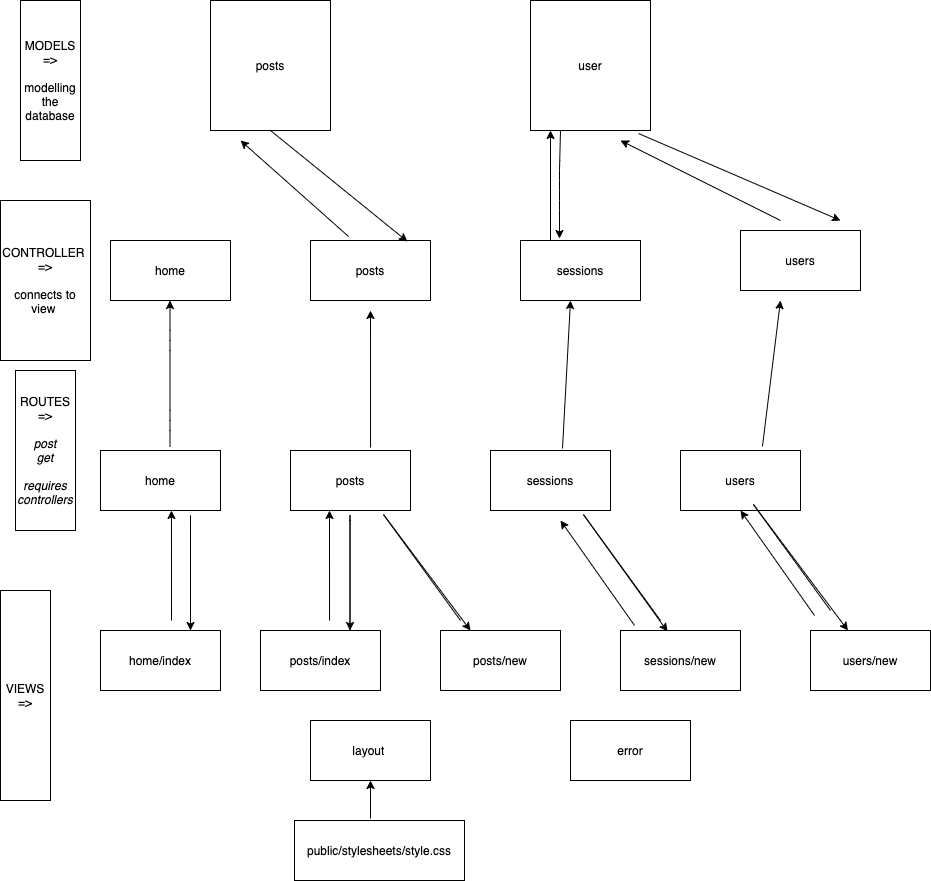
The draw.io diagram sign_up_diagram.drawio.png in makersacademy/acebook-node-template, before a commit. Source tidied: cells renumbered, new cells last; positions are measured from the earlier drawing's top-left corner, leaving out a move shared by most shapes.
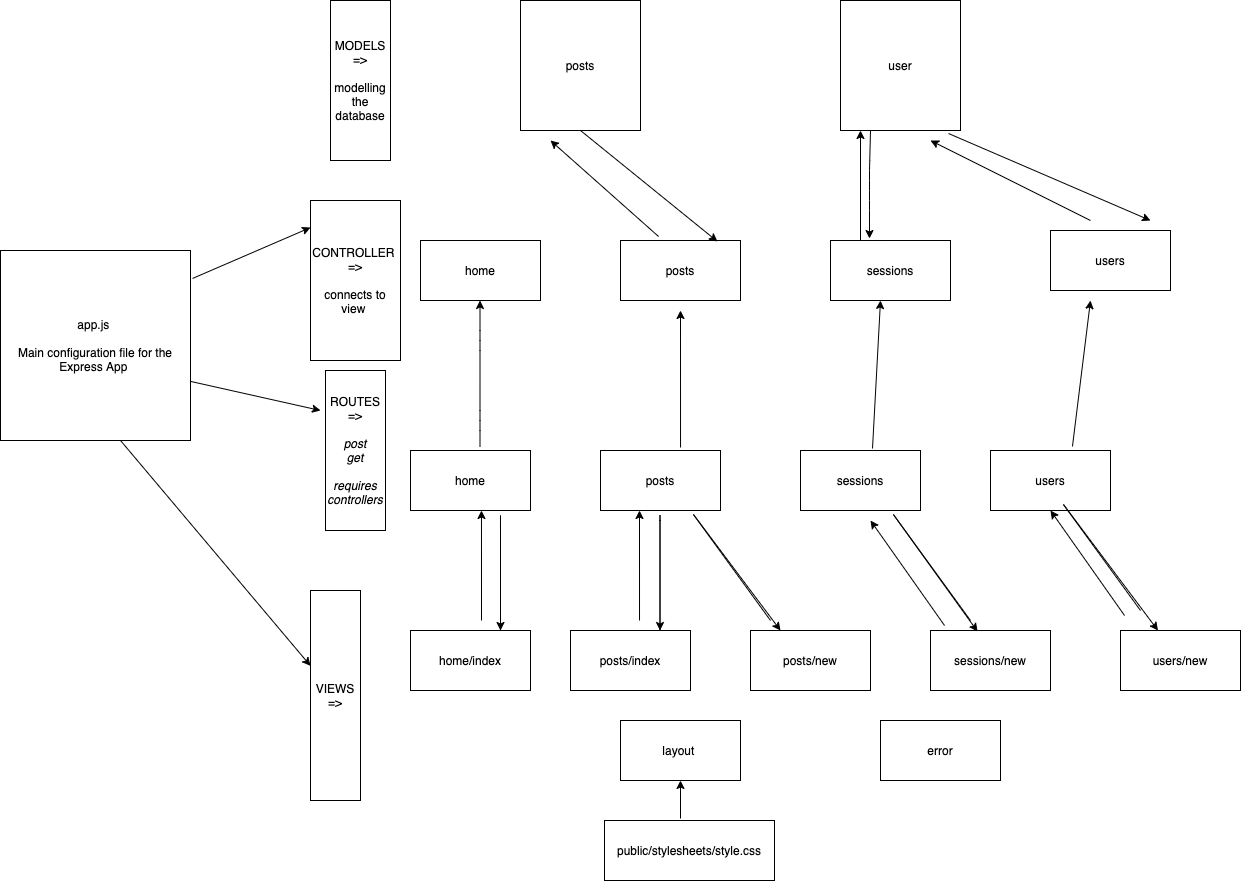
The same file after the commit.

What changed in the source:
```diff
@@ -196,5 +196,22 @@
         </Array>
       </mxGeometry>
     </mxCell>
+    <mxCell id="44" value="app.js&amp;nbsp;&lt;br&gt;&lt;br&gt;Main configuration file for the Express App&amp;nbsp;" style="whiteSpace=wrap;html=1;" parent="1" vertex="1">
+      <mxGeometry x="-310" y="250" width="190" height="190" as="geometry" />
+    </mxCell>
+    <mxCell id="45" style="endArrow=classic;html=1;entryX=0;entryY=0.169;entryDx=0;entryDy=0;entryPerimeter=0;exitX=1.011;exitY=0.147;exitDx=0;exitDy=0;exitPerimeter=0;" parent="1" edge="1" source="44" target="20">
+      <mxGeometry relative="1" as="geometry" />
+    </mxCell>
+    <mxCell id="46" style="endArrow=classic;html=1;exitX=1.011;exitY=0.147;exitDx=0;exitDy=0;exitPerimeter=0;" parent="1" edge="1">
+      <mxGeometry relative="1" as="geometry">
+        <mxPoint x="-120" y="380.9" as="sourcePoint" />
+        <mxPoint x="10" y="410" as="targetPoint" />
+      </mxGeometry>
+    </mxCell>
+    <mxCell id="47" style="endArrow=classic;html=1;exitX=1.011;exitY=0.147;exitDx=0;exitDy=0;exitPerimeter=0;" parent="1" edge="1" target="9">
+      <mxGeometry relative="1" as="geometry">
+        <mxPoint x="-190" y="440" as="sourcePoint" />
+      </mxGeometry>
+    </mxCell>
   </root>
 </mxGraphModel>
```
